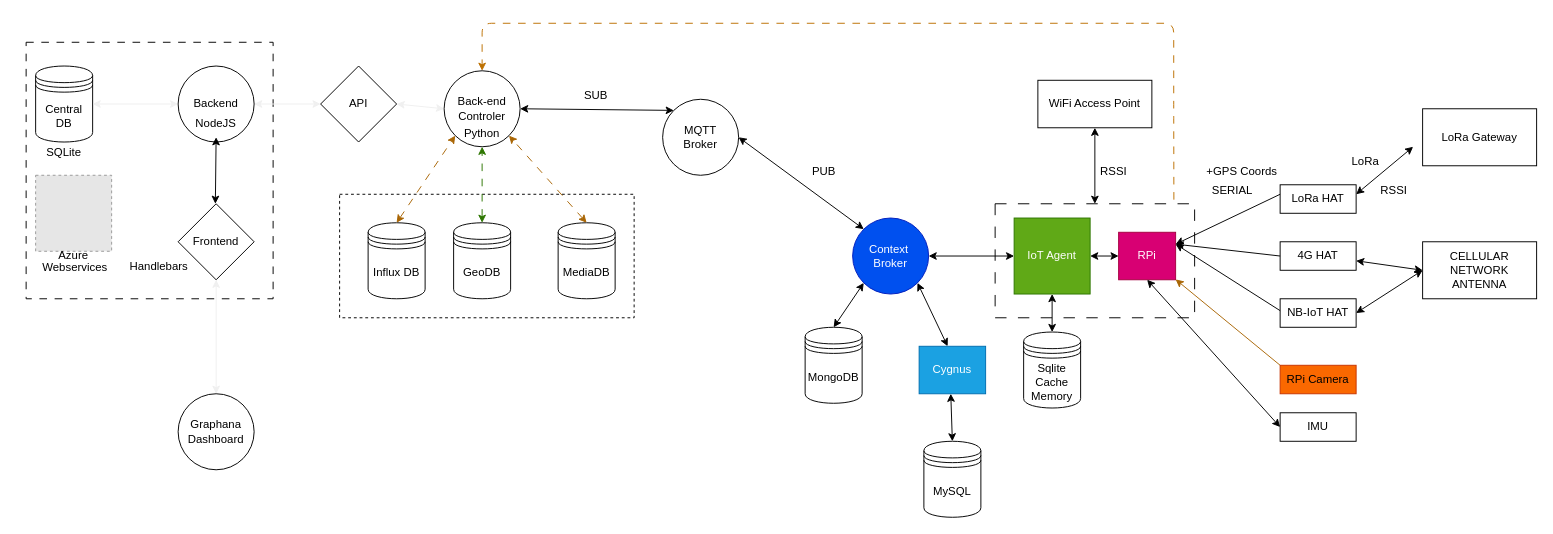
Before: presentations/Architecture/arch.drawio in gdstergiopoulos/AutoSenseAnalytics, a draw.io diagram. Source tidied: cells renumbered, new cells numbered last; positions are measured from the earlier drawing's top-left corner, leaving out a move shared by most shapes. Both pictures are drawn from the tidied source at 95%, with x=0, y=0 at pixel (16, 23). Pictures stored in the file or linked from it are replaced by grey dashed boxes.
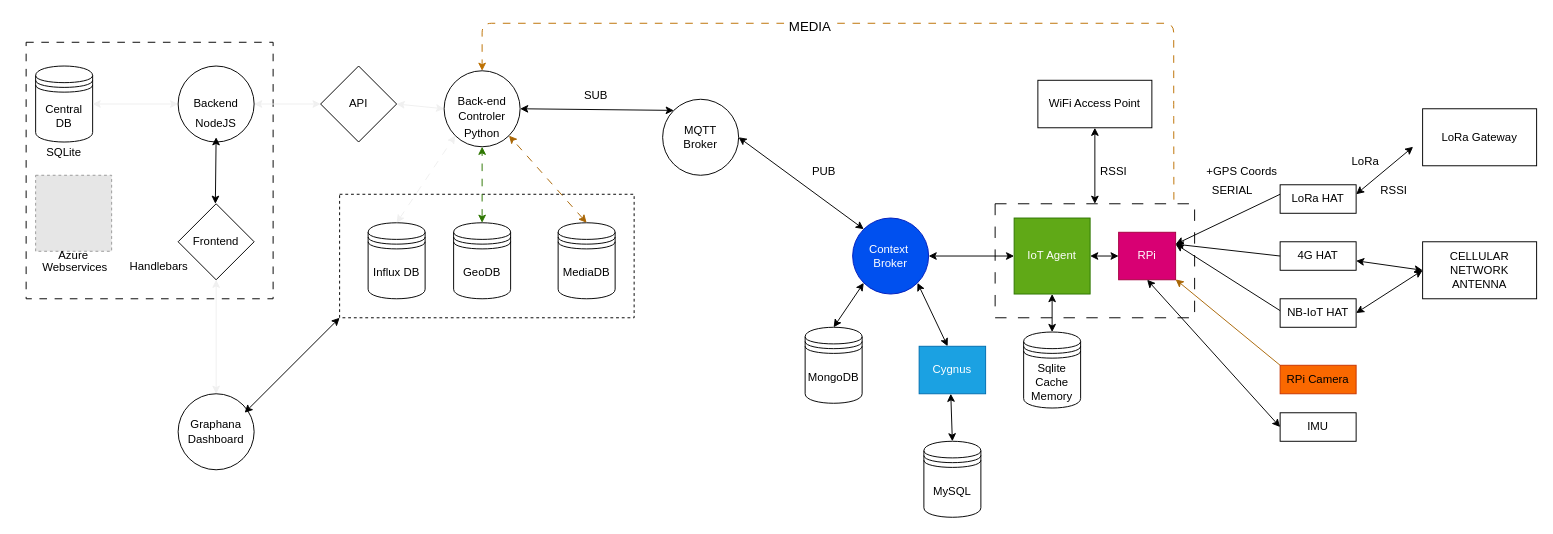
After the change.

Commit message:
added media to arrow

The change refers to these unchanged cells:
```xml
<mxCell id="50" value="Back-end&lt;br&gt;Controler&lt;br&gt;" style="ellipse;whiteSpace=wrap;html=1;fillColor=none;" parent="1" vertex="1">
  <mxGeometry x="450" y="50" width="80" height="80" as="geometry" />
</mxCell>
<mxCell id="52" value="Influx DB" style="shape=datastore;whiteSpace=wrap;html=1;fillColor=none;" parent="1" vertex="1">
  <mxGeometry x="370" y="210" width="60" height="80" as="geometry" />
</mxCell>
<mxCell id="55" style="rounded=0;whiteSpace=wrap;html=1;fillColor=none;dashed=1;" parent="1" vertex="1">
  <mxGeometry x="340" y="180" width="310" height="130" as="geometry" />
</mxCell>
<mxCell id="57" style="endArrow=classic;html=1;entryX=0.5;entryY=0;entryDx=0;entryDy=0;exitX=0.896;exitY=-0.036;exitDx=0;exitDy=0;exitPerimeter=0;fillColor=#f0a30a;strokeColor=#BD7000;dashed=1;dashPattern=8 8;" parent="1" edge="1" source="36" target="50">
  <mxGeometry relative="1" as="geometry">
    <Array as="points">
      <mxPoint x="1218" y="90" />
      <mxPoint x="1218" />
      <mxPoint x="490" />
    </Array>
  </mxGeometry>
</mxCell>
```

Change to the diagram source:
```diff
@@
+    <mxCell id="69" value="&lt;font style=&quot;font-size: 14px;&quot;&gt;MEDIA&lt;/font&gt;" style="edgeLabel;html=1;align=center;verticalAlign=middle;strokeColor=#FF8000;" parent="57" vertex="1">
+      <mxGeometry x="0.18" y="3" relative="1" as="geometry" />
+    </mxCell>
@@
-    <mxCell id="61" style="endArrow=classic;startArrow=classic;html=1;dashed=1;dashPattern=8 8;strokeColor=#a96605;entryX=0;entryY=1;entryDx=0;entryDy=0;exitX=0.5;exitY=0;exitDx=0;exitDy=0;" parent="1" edge="1" source="52" target="50">
+    <mxCell id="61" style="endArrow=classic;startArrow=classic;html=1;dashed=1;dashPattern=8 8;strokeColor=#F0F0F0;entryX=0;entryY=1;entryDx=0;entryDy=0;exitX=0.5;exitY=0;exitDx=0;exitDy=0;" parent="1" edge="1" source="52" target="50">
       <mxGeometry relative="1" as="geometry" />
     </mxCell>
@@
+    <mxCell id="70" style="endArrow=classic;startArrow=classic;html=1;entryX=0;entryY=1;entryDx=0;entryDy=0;" parent="1" edge="1" target="55">
+      <mxGeometry relative="1" as="geometry">
+        <mxPoint x="240" y="410" as="sourcePoint" />
+      </mxGeometry>
+    </mxCell>
```
